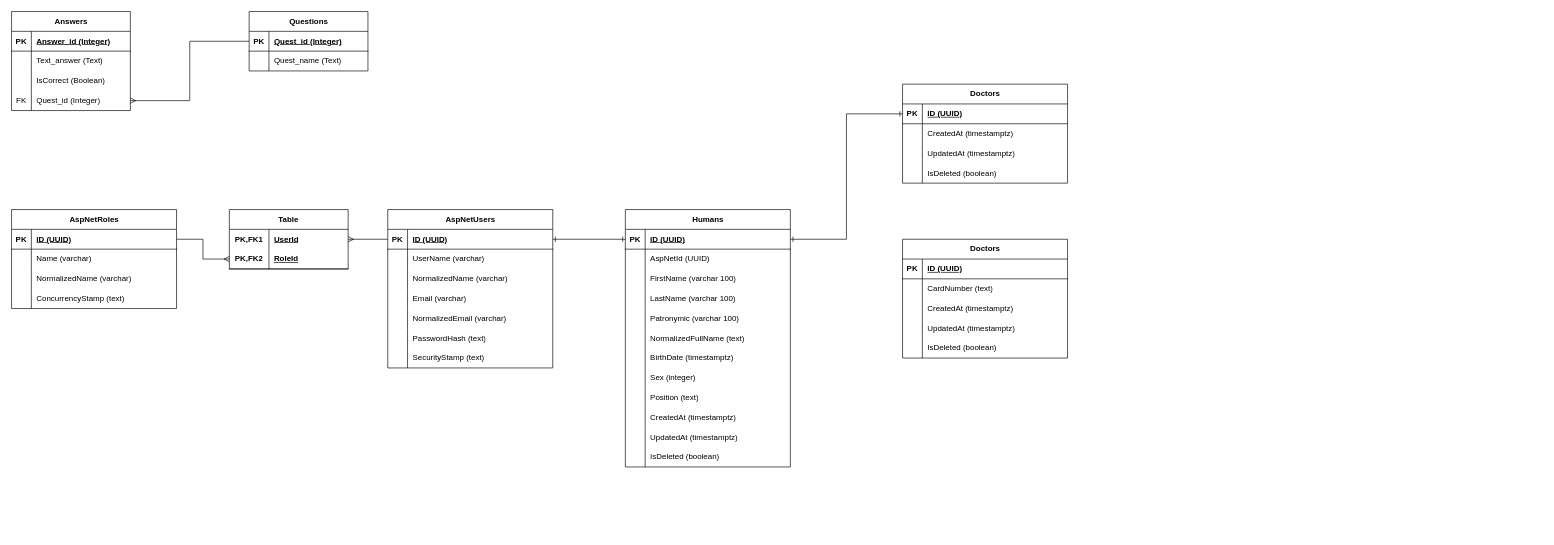
Before: ASPO/ER Database.drawio in sibcodeteam/projects-drawio, a draw.io diagram. Source tidied: cells renumbered, new cells numbered last; positions are measured from the earlier drawing's top-left corner, leaving out a move shared by most shapes. Both pictures are drawn from the tidied source at 66%, with x=0, y=0 at pixel (11, 11).
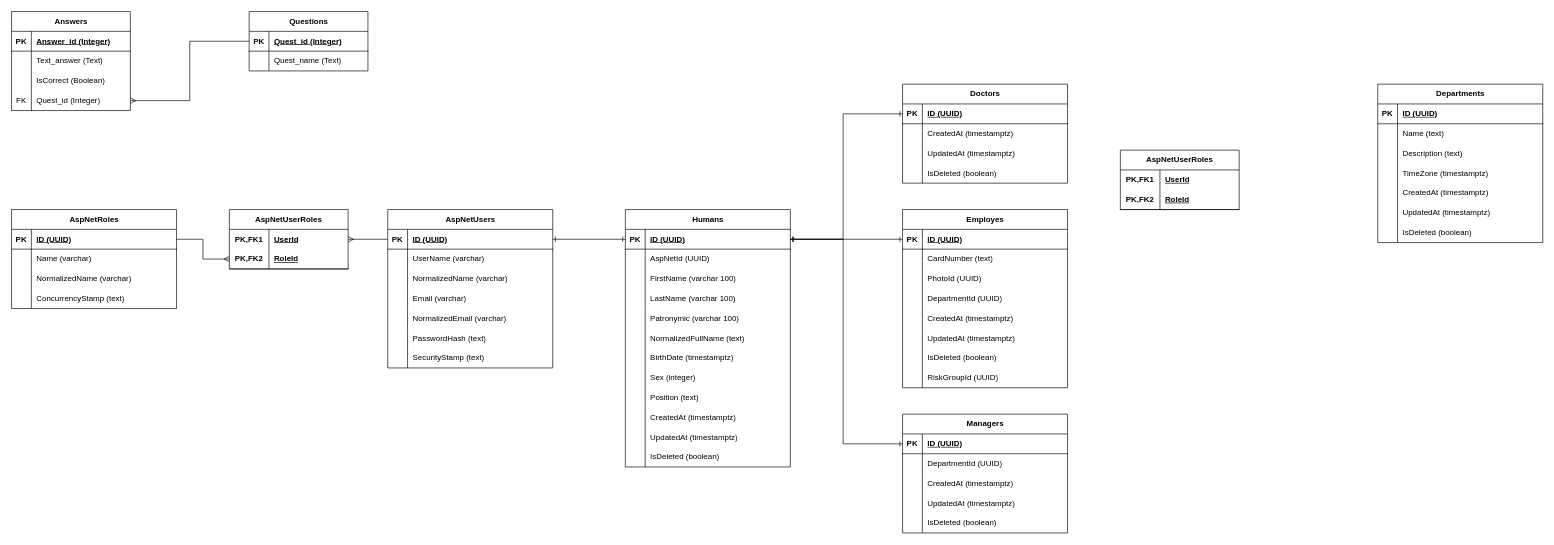
Above is the later version.

Unchanged cells that the change refers to:
```xml
<mxCell id="68" style="shape=tableRow;horizontal=0;startSize=0;swimlaneHead=0;swimlaneBody=0;fillColor=none;points=[[0,0.5],[1,0.5]];portConstraint=eastwest;top=0;left=0;right=0;bottom=1;" parent="67" vertex="1">
  <mxGeometry y="30" width="250" height="30" as="geometry" />
</mxCell>
<mxCell id="106" style="shape=tableRow;horizontal=0;startSize=0;swimlaneHead=0;swimlaneBody=0;fillColor=none;points=[[0,0.5],[1,0.5]];portConstraint=eastwest;top=0;left=0;right=0;bottom=1;" parent="105" vertex="1">
  <mxGeometry y="30" width="250" height="30" as="geometry" />
</mxCell>
<mxCell id="120" style="shape=tableRow;horizontal=0;startSize=0;swimlaneHead=0;swimlaneBody=0;fillColor=none;points=[[0,0.5],[1,0.5]];portConstraint=eastwest;top=0;left=0;right=0;bottom=1;" parent="119" vertex="1">
  <mxGeometry y="30" width="250" height="30" as="geometry" />
</mxCell>
<mxCell id="126" style="shape=tableRow;horizontal=0;startSize=0;swimlaneHead=0;swimlaneBody=0;fillColor=none;top=0;left=0;right=0;bottom=0;" parent="119" vertex="1">
  <mxGeometry y="90" width="250" height="30" as="geometry" />
</mxCell>
<mxCell id="129" style="shape=tableRow;horizontal=0;startSize=0;swimlaneHead=0;swimlaneBody=0;fillColor=none;top=0;left=0;right=0;bottom=0;" parent="119" vertex="1">
  <mxGeometry y="120" width="250" height="30" as="geometry" />
</mxCell>
```

What changed in the source:
```diff
@@
-    <mxCell id="58" value="Table" style="shape=table;startSize=30;childLayout=tableLayout;rowLines=0;fontStyle=1;align=center;html=1;whiteSpace=wrap;" parent="1" vertex="1">
+    <mxCell id="58" value="AspNetUserRoles" style="shape=table;startSize=30;childLayout=tableLayout;rowLines=0;fontStyle=1;align=center;html=1;whiteSpace=wrap;" parent="1" vertex="1">
       <mxGeometry x="330" y="300" width="180" height="90" as="geometry" />
     </mxCell>
@@
     <mxCell id="118" style="endArrow=ERone;html=1;rounded=0;exitX=1;exitY=0.5;exitDx=0;exitDy=0;entryX=0;entryY=0.5;entryDx=0;entryDy=0;startArrow=ERone;startFill=0;endFill=0;edgeStyle=orthogonalEdgeStyle;" parent="1" edge="1" source="68" target="106">
-      <mxGeometry relative="1" as="geometry" />
+      <mxGeometry relative="1" as="geometry">
+        <Array as="points">
+          <mxPoint x="1260" y="345" />
+          <mxPoint x="1260" y="155" />
+        </Array>
+      </mxGeometry>
     </mxCell>
-    <mxCell id="119" value="Doctors" style="shape=table;startSize=30;childLayout=tableLayout;rowLines=0;fontStyle=1;align=center;html=1;" parent="1" vertex="1">
-      <mxGeometry x="1350" y="345" width="250" height="180" as="geometry" />
+    <mxCell id="119" value="Employes" style="shape=table;startSize=30;childLayout=tableLayout;rowLines=0;fontStyle=1;align=center;html=1;" parent="1" vertex="1">
+      <mxGeometry x="1350" y="300" width="250" height="270" as="geometry" />
     </mxCell>
@@
-    <mxCell id="128" value="CreatedAt (timestamptz)" style="shape=partialRectangle;fillColor=none;top=0;left=0;bottom=0;right=0;align=left;spacingLeft=6;overflow=hidden;whiteSpace=wrap;html=1;" parent="126" vertex="1">
+    <mxCell id="128" value="PhotoId (UUID)" style="shape=partialRectangle;fillColor=none;top=0;left=0;bottom=0;right=0;align=left;spacingLeft=6;overflow=hidden;whiteSpace=wrap;html=1;" parent="126" vertex="1">
       <mxGeometry x="30" width="220" height="30" as="geometry" />
     </mxCell>
@@
-    <mxCell id="131" value="UpdatedAt (timestamptz)" style="shape=partialRectangle;fillColor=none;top=0;left=0;bottom=0;right=0;align=left;spacingLeft=6;overflow=hidden;whiteSpace=wrap;html=1;" parent="129" vertex="1">
+    <mxCell id="131" value="DepartmentId (UUID)" style="shape=partialRectangle;fillColor=none;top=0;left=0;bottom=0;right=0;align=left;spacingLeft=6;overflow=hidden;whiteSpace=wrap;html=1;" parent="129" vertex="1">
       <mxGeometry x="30" width="220" height="30" as="geometry" />
     </mxCell>
-    <mxCell id="132" style="shape=tableRow;horizontal=0;startSize=0;swimlaneHead=0;swimlaneBody=0;fillColor=none;top=0;left=0;right=0;bottom=0;" parent="119" vertex="1">
-      <mxGeometry y="150" width="250" height="30" as="geometry" />
-    </mxCell>
-    <mxCell id="133" style="shape=partialRectangle;fillColor=none;top=0;left=0;bottom=0;right=0;overflow=hidden;whiteSpace=wrap;html=1;" parent="132" vertex="1">
-      <mxGeometry width="30" height="30" as="geometry" />
-    </mxCell>
-    <mxCell id="134" value="IsDeleted (boolean)" style="shape=partialRectangle;fillColor=none;top=0;left=0;bottom=0;right=0;align=left;spacingLeft=6;overflow=hidden;whiteSpace=wrap;html=1;" parent="132" vertex="1">
-      <mxGeometry x="30" width="220" height="30" as="geometry" />
-    </mxCell>
+    <mxCell id="135" style="shape=tableRow;horizontal=0;startSize=0;swimlaneHead=0;swimlaneBody=0;fillColor=none;top=0;left=0;right=0;bottom=0;" parent="119" vertex="1">
+      <mxGeometry y="150" width="250" height="30" as="geometry" />
+    </mxCell>
+    <mxCell id="136" style="shape=partialRectangle;fillColor=none;top=0;left=0;bottom=0;right=0;overflow=hidden;whiteSpace=wrap;html=1;" parent="135" vertex="1">
+      <mxGeometry width="30" height="30" as="geometry" />
+    </mxCell>
+    <mxCell id="137" value="CreatedAt (timestamptz)" style="shape=partialRectangle;fillColor=none;top=0;left=0;bottom=0;right=0;align=left;spacingLeft=6;overflow=hidden;whiteSpace=wrap;html=1;" parent="135" vertex="1">
+      <mxGeometry x="30" width="220" height="30" as="geometry" />
+    </mxCell>
+    <mxCell id="138" style="shape=tableRow;horizontal=0;startSize=0;swimlaneHead=0;swimlaneBody=0;fillColor=none;top=0;left=0;right=0;bottom=0;" parent="119" vertex="1">
+      <mxGeometry y="180" width="250" height="30" as="geometry" />
+    </mxCell>
+    <mxCell id="139" style="shape=partialRectangle;fillColor=none;top=0;left=0;bottom=0;right=0;overflow=hidden;whiteSpace=wrap;html=1;" parent="138" vertex="1">
+      <mxGeometry width="30" height="30" as="geometry" />
+    </mxCell>
+    <mxCell id="140" value="UpdatedAt (timestamptz)" style="shape=partialRectangle;fillColor=none;top=0;left=0;bottom=0;right=0;align=left;spacingLeft=6;overflow=hidden;whiteSpace=wrap;html=1;" parent="138" vertex="1">
+      <mxGeometry x="30" width="220" height="30" as="geometry" />
+    </mxCell>
+    <mxCell id="141" style="shape=tableRow;horizontal=0;startSize=0;swimlaneHead=0;swimlaneBody=0;fillColor=none;top=0;left=0;right=0;bottom=0;" parent="119" vertex="1">
+      <mxGeometry y="210" width="250" height="30" as="geometry" />
+    </mxCell>
+    <mxCell id="142" style="shape=partialRectangle;fillColor=none;top=0;left=0;bottom=0;right=0;overflow=hidden;whiteSpace=wrap;html=1;" parent="141" vertex="1">
+      <mxGeometry width="30" height="30" as="geometry" />
+    </mxCell>
+    <mxCell id="143" value="IsDeleted (boolean)" style="shape=partialRectangle;fillColor=none;top=0;left=0;bottom=0;right=0;align=left;spacingLeft=6;overflow=hidden;whiteSpace=wrap;html=1;" parent="141" vertex="1">
+      <mxGeometry x="30" width="220" height="30" as="geometry" />
+    </mxCell>
+    <mxCell id="144" style="shape=tableRow;horizontal=0;startSize=0;swimlaneHead=0;swimlaneBody=0;fillColor=none;top=0;left=0;right=0;bottom=0;" parent="119" vertex="1">
+      <mxGeometry y="240" width="250" height="30" as="geometry" />
+    </mxCell>
+    <mxCell id="145" style="shape=partialRectangle;fillColor=none;top=0;left=0;bottom=0;right=0;overflow=hidden;whiteSpace=wrap;html=1;" parent="144" vertex="1">
+      <mxGeometry width="30" height="30" as="geometry" />
+    </mxCell>
+    <mxCell id="146" value="RiskGroupId (UUID)" style="shape=partialRectangle;fillColor=none;top=0;left=0;bottom=0;right=0;align=left;spacingLeft=6;overflow=hidden;whiteSpace=wrap;html=1;" parent="144" vertex="1">
+      <mxGeometry x="30" width="220" height="30" as="geometry" />
+    </mxCell>
+    <mxCell id="147" style="endArrow=ERone;html=1;rounded=0;entryX=0;entryY=0.5;entryDx=0;entryDy=0;exitX=1;exitY=0.5;exitDx=0;exitDy=0;startArrow=ERone;startFill=0;edgeStyle=orthogonalEdgeStyle;endFill=0;" parent="1" edge="1" source="68" target="120">
+      <mxGeometry relative="1" as="geometry">
+        <Array as="points">
+          <mxPoint x="1350" y="345" />
+        </Array>
+      </mxGeometry>
+    </mxCell>
+    <mxCell id="148" value="Managers" style="shape=table;startSize=30;childLayout=tableLayout;rowLines=0;fontStyle=1;align=center;html=1;" parent="1" vertex="1">
+      <mxGeometry x="1350" y="610" width="250" height="180" as="geometry" />
+    </mxCell>
+    <mxCell id="149" style="shape=tableRow;horizontal=0;startSize=0;swimlaneHead=0;swimlaneBody=0;fillColor=none;points=[[0,0.5],[1,0.5]];portConstraint=eastwest;top=0;left=0;right=0;bottom=1;" parent="148" vertex="1">
+      <mxGeometry y="30" width="250" height="30" as="geometry" />
+    </mxCell>
+    <mxCell id="150" value="PK" style="shape=partialRectangle;fillColor=none;top=0;left=0;bottom=0;right=0;fontStyle=1;overflow=hidden;whiteSpace=wrap;html=1;" parent="149" vertex="1">
+      <mxGeometry width="30" height="30" as="geometry" />
+    </mxCell>
+    <mxCell id="151" value="ID (UUID)" style="shape=partialRectangle;fillColor=none;top=0;left=0;bottom=0;right=0;align=left;spacingLeft=6;fontStyle=5;overflow=hidden;whiteSpace=wrap;html=1;" parent="149" vertex="1">
+      <mxGeometry x="30" width="220" height="30" as="geometry" />
+    </mxCell>
+    <mxCell id="152" style="shape=tableRow;horizontal=0;startSize=0;swimlaneHead=0;swimlaneBody=0;fillColor=none;top=0;left=0;right=0;bottom=0;" parent="148" vertex="1">
+      <mxGeometry y="60" width="250" height="30" as="geometry" />
+    </mxCell>
+    <mxCell id="153" style="shape=partialRectangle;fillColor=none;top=0;left=0;bottom=0;right=0;overflow=hidden;whiteSpace=wrap;html=1;" parent="152" vertex="1">
+      <mxGeometry width="30" height="30" as="geometry" />
+    </mxCell>
+    <mxCell id="154" value="DepartmentId (UUID)" style="shape=partialRectangle;fillColor=none;top=0;left=0;bottom=0;right=0;align=left;spacingLeft=6;overflow=hidden;whiteSpace=wrap;html=1;" parent="152" vertex="1">
+      <mxGeometry x="30" width="220" height="30" as="geometry" />
+    </mxCell>
+    <mxCell id="155" style="shape=tableRow;horizontal=0;startSize=0;swimlaneHead=0;swimlaneBody=0;fillColor=none;top=0;left=0;right=0;bottom=0;" parent="148" vertex="1">
+      <mxGeometry y="90" width="250" height="30" as="geometry" />
+    </mxCell>
+    <mxCell id="156" style="shape=partialRectangle;fillColor=none;top=0;left=0;bottom=0;right=0;overflow=hidden;whiteSpace=wrap;html=1;" parent="155" vertex="1">
+      <mxGeometry width="30" height="30" as="geometry" />
+    </mxCell>
+    <mxCell id="157" value="CreatedAt (timestamptz)" style="shape=partialRectangle;fillColor=none;top=0;left=0;bottom=0;right=0;align=left;spacingLeft=6;overflow=hidden;whiteSpace=wrap;html=1;" parent="155" vertex="1">
+      <mxGeometry x="30" width="220" height="30" as="geometry" />
+    </mxCell>
+    <mxCell id="158" style="shape=tableRow;horizontal=0;startSize=0;swimlaneHead=0;swimlaneBody=0;fillColor=none;top=0;left=0;right=0;bottom=0;" parent="148" vertex="1">
+      <mxGeometry y="120" width="250" height="30" as="geometry" />
+    </mxCell>
+    <mxCell id="159" style="shape=partialRectangle;fillColor=none;top=0;left=0;bottom=0;right=0;overflow=hidden;whiteSpace=wrap;html=1;" parent="158" vertex="1">
+      <mxGeometry width="30" height="30" as="geometry" />
+    </mxCell>
+    <mxCell id="160" value="UpdatedAt (timestamptz)" style="shape=partialRectangle;fillColor=none;top=0;left=0;bottom=0;right=0;align=left;spacingLeft=6;overflow=hidden;whiteSpace=wrap;html=1;" parent="158" vertex="1">
+      <mxGeometry x="30" width="220" height="30" as="geometry" />
+    </mxCell>
+    <mxCell id="161" style="shape=tableRow;horizontal=0;startSize=0;swimlaneHead=0;swimlaneBody=0;fillColor=none;top=0;left=0;right=0;bottom=0;" parent="148" vertex="1">
+      <mxGeometry y="150" width="250" height="30" as="geometry" />
+    </mxCell>
+    <mxCell id="162" style="shape=partialRectangle;fillColor=none;top=0;left=0;bottom=0;right=0;overflow=hidden;whiteSpace=wrap;html=1;" parent="161" vertex="1">
+      <mxGeometry width="30" height="30" as="geometry" />
+    </mxCell>
+    <mxCell id="163" value="IsDeleted (boolean)" style="shape=partialRectangle;fillColor=none;top=0;left=0;bottom=0;right=0;align=left;spacingLeft=6;overflow=hidden;whiteSpace=wrap;html=1;" parent="161" vertex="1">
+      <mxGeometry x="30" width="220" height="30" as="geometry" />
+    </mxCell>
+    <mxCell id="164" style="endArrow=ERone;html=1;rounded=0;exitX=1;exitY=0.5;exitDx=0;exitDy=0;entryX=0;entryY=0.5;entryDx=0;entryDy=0;edgeStyle=orthogonalEdgeStyle;startArrow=ERone;startFill=0;endFill=0;" parent="1" edge="1" source="68" target="149">
+      <mxGeometry relative="1" as="geometry">
+        <Array as="points">
+          <mxPoint x="1260" y="345" />
+          <mxPoint x="1260" y="655" />
+        </Array>
+      </mxGeometry>
+    </mxCell>
+    <mxCell id="165" value="Departments" style="shape=table;startSize=30;childLayout=tableLayout;rowLines=0;fontStyle=1;align=center;html=1;" parent="1" vertex="1">
+      <mxGeometry x="2070" y="110" width="250" height="240" as="geometry" />
+    </mxCell>
+    <mxCell id="166" style="shape=tableRow;horizontal=0;startSize=0;swimlaneHead=0;swimlaneBody=0;fillColor=none;top=0;left=0;right=0;bottom=1;" parent="165" vertex="1">
+      <mxGeometry y="30" width="250" height="30" as="geometry" />
+    </mxCell>
+    <mxCell id="167" value="PK" style="shape=partialRectangle;fillColor=none;top=0;left=0;bottom=0;right=0;fontStyle=1;overflow=hidden;whiteSpace=wrap;html=1;" parent="166" vertex="1">
+      <mxGeometry width="30" height="30" as="geometry" />
+    </mxCell>
+    <mxCell id="168" value="ID (UUID)" style="shape=partialRectangle;fillColor=none;top=0;left=0;bottom=0;right=0;align=left;spacingLeft=6;fontStyle=5;overflow=hidden;whiteSpace=wrap;html=1;" parent="166" vertex="1">
+      <mxGeometry x="30" width="220" height="30" as="geometry" />
+    </mxCell>
+    <mxCell id="169" style="shape=tableRow;horizontal=0;startSize=0;swimlaneHead=0;swimlaneBody=0;fillColor=none;top=0;left=0;right=0;bottom=0;" parent="165" vertex="1">
+      <mxGeometry y="60" width="250" height="30" as="geometry" />
+    </mxCell>
+    <mxCell id="170" style="shape=partialRectangle;fillColor=none;top=0;left=0;bottom=0;right=0;overflow=hidden;whiteSpace=wrap;html=1;" parent="169" vertex="1">
+      <mxGeometry width="30" height="30" as="geometry" />
+    </mxCell>
+    <mxCell id="171" value="Name (text)" style="shape=partialRectangle;fillColor=none;top=0;left=0;bottom=0;right=0;align=left;spacingLeft=6;overflow=hidden;whiteSpace=wrap;html=1;" parent="169" vertex="1">
+      <mxGeometry x="30" width="220" height="30" as="geometry" />
+    </mxCell>
+    <mxCell id="172" style="shape=tableRow;horizontal=0;startSize=0;swimlaneHead=0;swimlaneBody=0;fillColor=none;top=0;left=0;right=0;bottom=0;" parent="165" vertex="1">
+      <mxGeometry y="90" width="250" height="30" as="geometry" />
+    </mxCell>
+    <mxCell id="173" style="shape=partialRectangle;fillColor=none;top=0;left=0;bottom=0;right=0;overflow=hidden;whiteSpace=wrap;html=1;" parent="172" vertex="1">
+      <mxGeometry width="30" height="30" as="geometry" />
+    </mxCell>
+    <mxCell id="174" value="Description (text)" style="shape=partialRectangle;fillColor=none;top=0;left=0;bottom=0;right=0;align=left;spacingLeft=6;overflow=hidden;whiteSpace=wrap;html=1;" parent="172" vertex="1">
+      <mxGeometry x="30" width="220" height="30" as="geometry" />
+    </mxCell>
+    <mxCell id="175" style="shape=tableRow;horizontal=0;startSize=0;swimlaneHead=0;swimlaneBody=0;fillColor=none;top=0;left=0;right=0;bottom=0;" parent="165" vertex="1">
+      <mxGeometry y="120" width="250" height="30" as="geometry" />
+    </mxCell>
+    <mxCell id="176" style="shape=partialRectangle;fillColor=none;top=0;left=0;bottom=0;right=0;overflow=hidden;whiteSpace=wrap;html=1;" parent="175" vertex="1">
+      <mxGeometry width="30" height="30" as="geometry" />
+    </mxCell>
+    <mxCell id="177" value="TimeZone (timestamptz)" style="shape=partialRectangle;fillColor=none;top=0;left=0;bottom=0;right=0;align=left;spacingLeft=6;overflow=hidden;whiteSpace=wrap;html=1;" parent="175" vertex="1">
+      <mxGeometry x="30" width="220" height="30" as="geometry" />
+    </mxCell>
+    <mxCell id="178" style="shape=tableRow;horizontal=0;startSize=0;swimlaneHead=0;swimlaneBody=0;fillColor=none;top=0;left=0;right=0;bottom=0;" parent="165" vertex="1">
+      <mxGeometry y="150" width="250" height="30" as="geometry" />
+    </mxCell>
+    <mxCell id="179" style="shape=partialRectangle;fillColor=none;top=0;left=0;bottom=0;right=0;overflow=hidden;whiteSpace=wrap;html=1;" parent="178" vertex="1">
+      <mxGeometry width="30" height="30" as="geometry" />
+    </mxCell>
+    <mxCell id="180" value="CreatedAt (timestamptz)" style="shape=partialRectangle;fillColor=none;top=0;left=0;bottom=0;right=0;align=left;spacingLeft=6;overflow=hidden;whiteSpace=wrap;html=1;" parent="178" vertex="1">
+      <mxGeometry x="30" width="220" height="30" as="geometry" />
+    </mxCell>
+    <mxCell id="181" style="shape=tableRow;horizontal=0;startSize=0;swimlaneHead=0;swimlaneBody=0;fillColor=none;top=0;left=0;right=0;bottom=0;" parent="165" vertex="1">
+      <mxGeometry y="180" width="250" height="30" as="geometry" />
+    </mxCell>
+    <mxCell id="182" style="shape=partialRectangle;fillColor=none;top=0;left=0;bottom=0;right=0;overflow=hidden;whiteSpace=wrap;html=1;" parent="181" vertex="1">
+      <mxGeometry width="30" height="30" as="geometry" />
+    </mxCell>
+    <mxCell id="183" value="UpdatedAt (timestamptz)" style="shape=partialRectangle;fillColor=none;top=0;left=0;bottom=0;right=0;align=left;spacingLeft=6;overflow=hidden;whiteSpace=wrap;html=1;" parent="181" vertex="1">
+      <mxGeometry x="30" width="220" height="30" as="geometry" />
+    </mxCell>
+    <mxCell id="184" style="shape=tableRow;horizontal=0;startSize=0;swimlaneHead=0;swimlaneBody=0;fillColor=none;top=0;left=0;right=0;bottom=0;" parent="165" vertex="1">
+      <mxGeometry y="210" width="250" height="30" as="geometry" />
+    </mxCell>
+    <mxCell id="185" style="shape=partialRectangle;fillColor=none;top=0;left=0;bottom=0;right=0;overflow=hidden;whiteSpace=wrap;html=1;" parent="184" vertex="1">
+      <mxGeometry width="30" height="30" as="geometry" />
+    </mxCell>
+    <mxCell id="186" value="IsDeleted (boolean)" style="shape=partialRectangle;fillColor=none;top=0;left=0;bottom=0;right=0;align=left;spacingLeft=6;overflow=hidden;whiteSpace=wrap;html=1;" parent="184" vertex="1">
+      <mxGeometry x="30" width="220" height="30" as="geometry" />
+    </mxCell>
+    <mxCell id="187" value="AspNetUserRoles" style="shape=table;startSize=30;childLayout=tableLayout;rowLines=0;fontStyle=1;align=center;html=1;whiteSpace=wrap;" parent="1" vertex="1">
+      <mxGeometry x="1680" y="210" width="180" height="90" as="geometry" />
+    </mxCell>
+    <mxCell id="188" style="shape=tableRow;horizontal=0;startSize=0;swimlaneHead=0;swimlaneBody=0;fillColor=none;top=0;left=0;right=0;bottom=0;html=1;" parent="187" vertex="1">
+      <mxGeometry y="30" width="180" height="30" as="geometry" />
+    </mxCell>
+    <mxCell id="189" value="PK,FK1" style="shape=partialRectangle;fillColor=none;top=0;left=0;bottom=0;right=0;fontStyle=1;overflow=hidden;html=1;whiteSpace=wrap;" parent="188" vertex="1">
+      <mxGeometry width="60" height="30" as="geometry" />
+    </mxCell>
+    <mxCell id="190" value="UserId" style="shape=partialRectangle;fillColor=none;top=0;left=0;bottom=0;right=0;align=left;spacingLeft=6;fontStyle=5;overflow=hidden;html=1;whiteSpace=wrap;" parent="188" vertex="1">
+      <mxGeometry x="60" width="120" height="30" as="geometry" />
+    </mxCell>
+    <mxCell id="191" style="shape=tableRow;horizontal=0;startSize=0;swimlaneHead=0;swimlaneBody=0;fillColor=none;top=0;left=0;right=0;bottom=1;html=1;" parent="187" vertex="1">
+      <mxGeometry y="60" width="180" height="30" as="geometry" />
+    </mxCell>
+    <mxCell id="192" value="PK,FK2" style="shape=partialRectangle;fillColor=none;top=0;left=0;bottom=0;right=0;fontStyle=1;overflow=hidden;html=1;whiteSpace=wrap;" parent="191" vertex="1">
+      <mxGeometry width="60" height="30" as="geometry" />
+    </mxCell>
+    <mxCell id="193" value="RoleId" style="shape=partialRectangle;fillColor=none;top=0;left=0;bottom=0;right=0;align=left;spacingLeft=6;fontStyle=5;overflow=hidden;html=1;whiteSpace=wrap;" parent="191" vertex="1">
+      <mxGeometry x="60" width="120" height="30" as="geometry" />
+    </mxCell>
```
